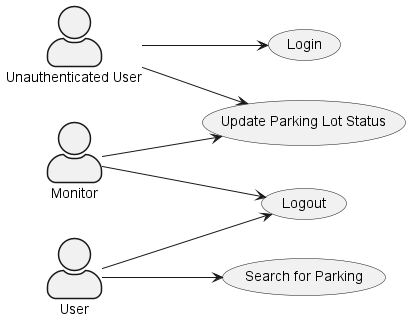
This is docs/diargrams/monitor-use-case/user-access.png from Rhys-LIT/perfect-parking-fyp, a PlantUML export, as it was before one commit.
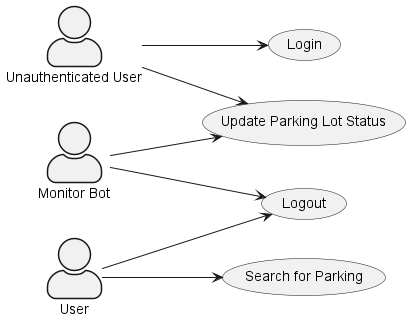
Later version of the same file.

The edit, as a diff of the source:
```diff
@@ -2,7 +2,7 @@
 
 skinparam actorStyle awesome
 left to right direction
-"Monitor" as monitor
+"Monitor Bot" as monitor
 "Unauthenticated User" as guest
 "User" as user
 "Update Parking Lot Status" as (updateParkingLotStatus)
```
